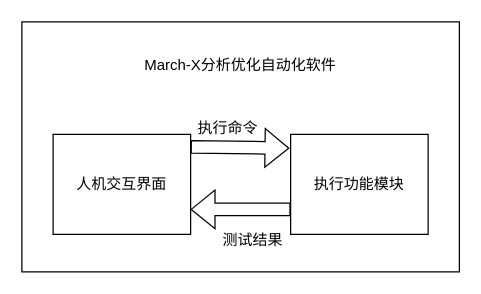
Before: doc/func.drawio in shanshan-lu/homwork, a draw.io diagram. Source tidied: cells renumbered, new cells numbered last; positions are measured from the earlier drawing's top-left corner, leaving out a move shared by most shapes. Both pictures are drawn from the tidied source at 125%, with x=0, y=0 at pixel (21, 21).
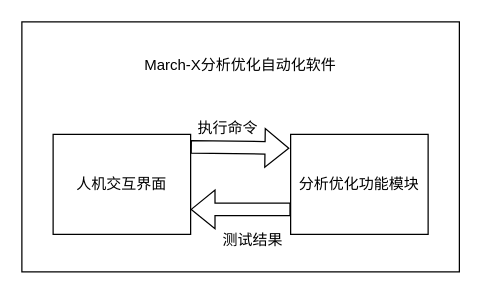
After the change.

The edit, as a diff of the source:
```diff
@@
 <mxGraphModel>
   <root>
     <mxCell id="0" />
     <mxCell id="1" parent="0" />
     <mxCell id="2" style="whiteSpace=wrap;html=1;align=center;" parent="1" vertex="1">
       <mxGeometry width="350" height="200" as="geometry" />
     </mxCell>
     <mxCell id="3" value="人机交互界面" style="whiteSpace=wrap;html=1;align=center;" parent="1" vertex="1">
       <mxGeometry x="25" y="90" width="110" height="80" as="geometry" />
     </mxCell>
-    <mxCell id="4" value="执行功能模块" style="whiteSpace=wrap;html=1;align=center;" parent="1" vertex="1">
+    <mxCell id="4" value="分析优化功能模块" style="whiteSpace=wrap;html=1;align=center;" parent="1" vertex="1">
       <mxGeometry x="215" y="90" width="110" height="80" as="geometry" />
     </mxCell>
     <mxCell id="5" value="March-X分析优化自动化软件" style="text;html=1;strokeColor=none;fillColor=none;align=center;verticalAlign=middle;whiteSpace=wrap;rounded=0;" parent="1" vertex="1">
       <mxGeometry x="95" y="20" width="160" height="30" as="geometry" />
     </mxCell>
     <mxCell id="6" style="shape=flexArrow;endArrow=classic;html=1;rounded=0;exitX=1;exitY=0.125;exitDx=0;exitDy=0;exitPerimeter=0;entryX=-0.009;entryY=0.138;entryDx=0;entryDy=0;entryPerimeter=0;" parent="1" edge="1" source="3" target="4">
       <mxGeometry relative="1" as="geometry" />
     </mxCell>
     <mxCell id="7" value="执行命令" style="text;html=1;strokeColor=none;fillColor=none;align=center;verticalAlign=middle;whiteSpace=wrap;rounded=0;" parent="1" vertex="1">
       <mxGeometry x="135" y="70" width="60" height="30" as="geometry" />
     </mxCell>
     <mxCell id="8" style="shape=flexArrow;endArrow=classic;html=1;rounded=0;entryX=1;entryY=0.75;entryDx=0;entryDy=0;exitX=0;exitY=0.75;exitDx=0;exitDy=0;" parent="1" edge="1" source="4" target="3">
       <mxGeometry relative="1" as="geometry" />
     </mxCell>
     <mxCell id="9" value="测试结果" style="text;html=1;strokeColor=none;fillColor=none;align=center;verticalAlign=middle;whiteSpace=wrap;rounded=0;" parent="1" vertex="1">
       <mxGeometry x="155" y="160" width="60" height="30" as="geometry" />
     </mxCell>
   </root>
 </mxGraphModel>
```
